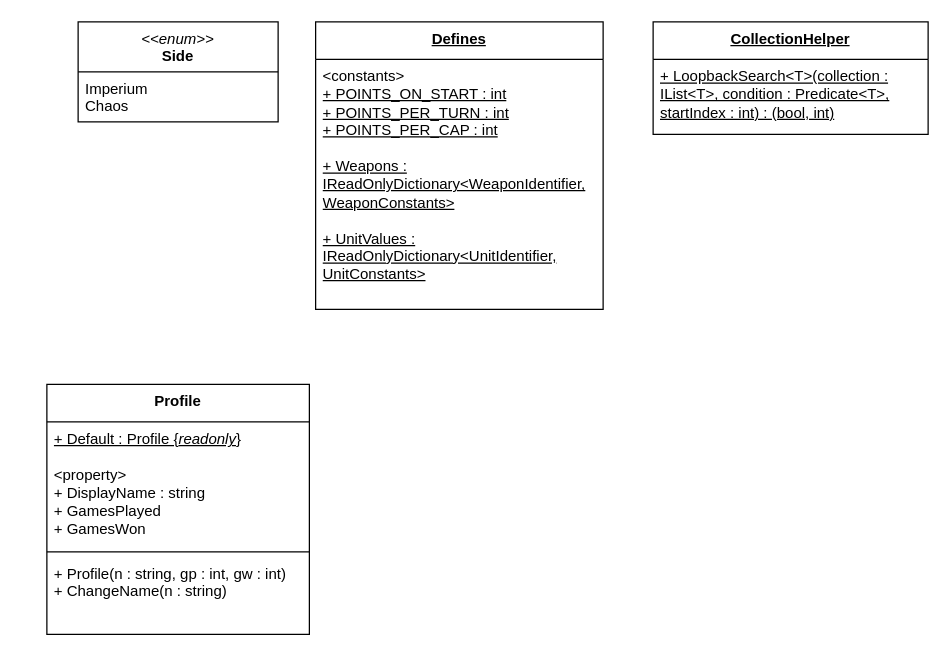
GrG0312/Szakdolgozat keeps this draw.io diagram as page "Model_Universal" (6 of 14) of Documents/Diagram/Thesis.drawio. Above is the earlier version. Source tidied: cells renumbered, new cells numbered last; positions are measured from the earlier drawing's top-left corner, leaving out a move shared by most shapes. Both pictures are drawn from the tidied source at 125%, with x=0, y=0 at pixel (46, 21).
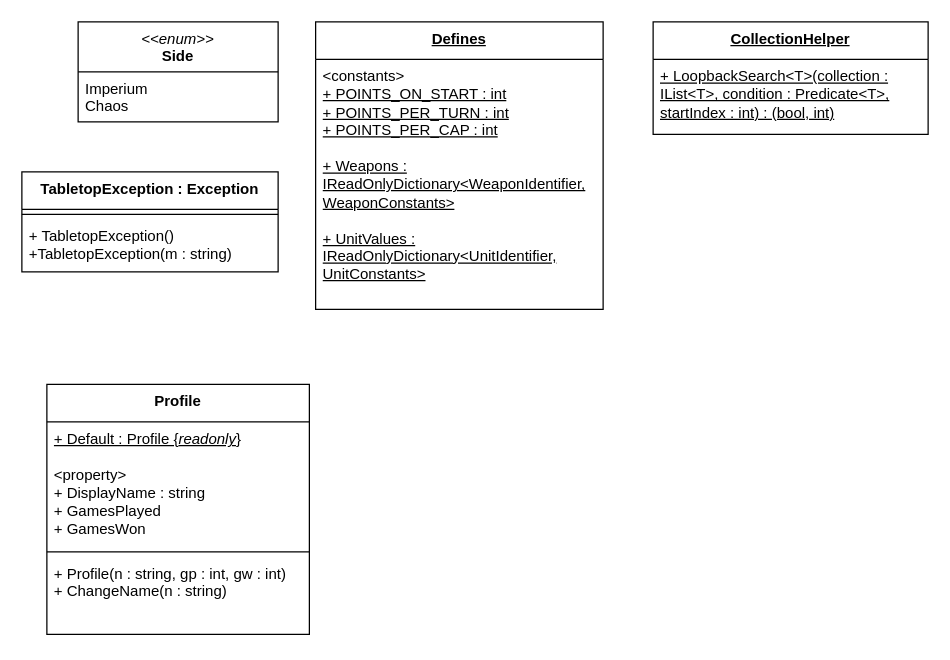
The same diagram, later.

What changed in the source:
```diff
@@
 <mxGraphModel>
   <root>
     <mxCell id="0" />
     <mxCell id="1" parent="0" />
     <mxCell id="2" value="&lt;div&gt;&lt;span style=&quot;font-weight: normal;&quot;&gt;&lt;i&gt;&amp;lt;&amp;lt;enum&amp;gt;&amp;gt;&lt;/i&gt;&lt;/span&gt;&lt;/div&gt;Side" style="swimlane;fontStyle=1;align=center;verticalAlign=top;horizontal=1;startSize=40;whiteSpace=wrap;html=1;rounded=0;labelBackgroundColor=none;" parent="1" vertex="1">
       <mxGeometry x="25" width="160" height="80" as="geometry" />
     </mxCell>
     <mxCell id="3" value="Imperium&lt;div&gt;Chaos&lt;/div&gt;" style="text;strokeColor=none;fillColor=none;align=left;verticalAlign=top;spacingLeft=4;spacingRight=4;overflow=hidden;whiteSpace=wrap;html=1;rounded=0;labelBackgroundColor=none;" parent="2" vertex="1">
       <mxGeometry y="40" width="160" height="40" as="geometry" />
     </mxCell>
     <mxCell id="4" value="&lt;div&gt;&lt;span style=&quot;background-color: initial;&quot;&gt;&lt;u&gt;CollectionHelper&lt;/u&gt;&lt;/span&gt;&lt;br&gt;&lt;/div&gt;" style="swimlane;fontStyle=1;align=center;verticalAlign=top;horizontal=1;startSize=30;whiteSpace=wrap;html=1;rounded=0;labelBackgroundColor=none;" parent="1" vertex="1">
       <mxGeometry x="485" width="220" height="90" as="geometry" />
     </mxCell>
     <mxCell id="5" value="&lt;u&gt;+ LoopbackSearch&amp;lt;T&amp;gt;(collection : IList&amp;lt;T&amp;gt;, condition : Predicate&amp;lt;T&amp;gt;,&lt;/u&gt;&lt;div&gt;&lt;u&gt;startIndex : int) : (bool, int)&lt;/u&gt;&lt;/div&gt;" style="text;strokeColor=none;fillColor=none;align=left;verticalAlign=top;spacingLeft=4;spacingRight=4;overflow=hidden;whiteSpace=wrap;html=1;rounded=0;labelBackgroundColor=none;" parent="4" vertex="1">
       <mxGeometry y="30" width="220" height="60" as="geometry" />
     </mxCell>
     <mxCell id="6" value="&lt;div&gt;&lt;span style=&quot;background-color: initial;&quot;&gt;&lt;u&gt;Defines&lt;/u&gt;&lt;/span&gt;&lt;br&gt;&lt;/div&gt;" style="swimlane;fontStyle=1;align=center;verticalAlign=top;horizontal=1;startSize=30;whiteSpace=wrap;html=1;rounded=0;labelBackgroundColor=none;fillStyle=solid;" parent="1" vertex="1">
       <mxGeometry x="215" width="230" height="230" as="geometry" />
     </mxCell>
     <mxCell id="7" value="&amp;lt;constants&amp;gt;&lt;div&gt;&lt;u&gt;+ POINTS_ON_START : int&lt;/u&gt;&lt;/div&gt;&lt;div&gt;&lt;u&gt;+ POINTS_PER_TURN : int&lt;/u&gt;&lt;/div&gt;&lt;div&gt;&lt;u&gt;+ POINTS_PER_CAP : int&lt;/u&gt;&lt;/div&gt;&lt;div&gt;&lt;u&gt;&lt;br&gt;&lt;/u&gt;&lt;/div&gt;&lt;div&gt;&lt;u&gt;+ Weapons : IReadOnlyDictionary&amp;lt;WeaponIdentifier, WeaponConstants&amp;gt;&lt;/u&gt;&lt;/div&gt;&lt;div&gt;&lt;u&gt;&lt;br&gt;&lt;/u&gt;&lt;/div&gt;&lt;div&gt;&lt;u&gt;+ UnitValues : IReadOnlyDictionary&amp;lt;UnitIdentifier, UnitConstants&amp;gt;&lt;/u&gt;&lt;/div&gt;" style="text;strokeColor=none;fillColor=none;align=left;verticalAlign=top;spacingLeft=4;spacingRight=4;overflow=hidden;whiteSpace=wrap;html=1;rounded=0;labelBackgroundColor=none;" parent="6" vertex="1">
       <mxGeometry y="30" width="230" height="200" as="geometry" />
     </mxCell>
     <mxCell id="8" value="&lt;div&gt;&lt;span style=&quot;background-color: initial;&quot;&gt;Profile&lt;/span&gt;&lt;br&gt;&lt;/div&gt;" style="swimlane;fontStyle=1;align=center;verticalAlign=top;horizontal=1;startSize=30;whiteSpace=wrap;html=1;labelBackgroundColor=none;" parent="1" vertex="1">
       <mxGeometry y="290" width="210" height="200" as="geometry" />
     </mxCell>
     <mxCell id="9" value="&lt;u&gt;+ Default : Profile {&lt;i&gt;readonly&lt;/i&gt;}&lt;/u&gt;&lt;div&gt;&lt;br&gt;&lt;/div&gt;&lt;div&gt;&amp;lt;property&amp;gt;&lt;/div&gt;&lt;div&gt;+ DisplayName : string&lt;/div&gt;&lt;div&gt;+ GamesPlayed&lt;/div&gt;&lt;div&gt;+ GamesWon&lt;/div&gt;" style="text;strokeColor=none;fillColor=none;align=left;verticalAlign=top;spacingLeft=4;spacingRight=4;overflow=hidden;whiteSpace=wrap;html=1;labelBackgroundColor=none;" parent="8" vertex="1">
       <mxGeometry y="30" width="210" height="100" as="geometry" />
     </mxCell>
     <mxCell id="10" style="line;strokeWidth=1;fillColor=none;align=left;verticalAlign=middle;spacingTop=-1;spacingLeft=3;spacingRight=3;labelPosition=right;labelBackgroundColor=none;" parent="8" vertex="1">
       <mxGeometry y="130" width="210" height="8" as="geometry" />
     </mxCell>
     <mxCell id="11" value="+ Profile(n : string, gp : int, gw : int)&lt;div&gt;+ ChangeName(n : string)&lt;/div&gt;" style="text;strokeColor=none;fillColor=none;align=left;verticalAlign=top;spacingLeft=4;spacingRight=4;overflow=hidden;whiteSpace=wrap;html=1;labelBackgroundColor=none;" parent="8" vertex="1">
       <mxGeometry y="138" width="210" height="62" as="geometry" />
     </mxCell>
+    <mxCell id="12" value="&lt;div&gt;&lt;span style=&quot;background-color: transparent; color: light-dark(rgb(0, 0, 0), rgb(255, 255, 255));&quot;&gt;TabletopException : Exception&lt;/span&gt;&lt;/div&gt;" style="swimlane;fontStyle=1;align=center;verticalAlign=top;horizontal=1;startSize=30;whiteSpace=wrap;html=1;labelBackgroundColor=none;" parent="1" vertex="1">
+      <mxGeometry x="-20" y="120" width="205" height="80" as="geometry" />
+    </mxCell>
+    <mxCell id="13" style="line;strokeWidth=1;fillColor=none;align=left;verticalAlign=middle;spacingTop=-1;spacingLeft=3;spacingRight=3;labelPosition=right;labelBackgroundColor=none;" parent="12" vertex="1">
+      <mxGeometry y="30" width="205" height="8" as="geometry" />
+    </mxCell>
+    <mxCell id="14" value="+ TabletopException()&lt;div&gt;+TabletopException(m : string)&lt;/div&gt;" style="text;strokeColor=none;fillColor=none;align=left;verticalAlign=top;spacingLeft=4;spacingRight=4;overflow=hidden;whiteSpace=wrap;html=1;labelBackgroundColor=none;" parent="12" vertex="1">
+      <mxGeometry y="38" width="205" height="42" as="geometry" />
+    </mxCell>
   </root>
 </mxGraphModel>
```
